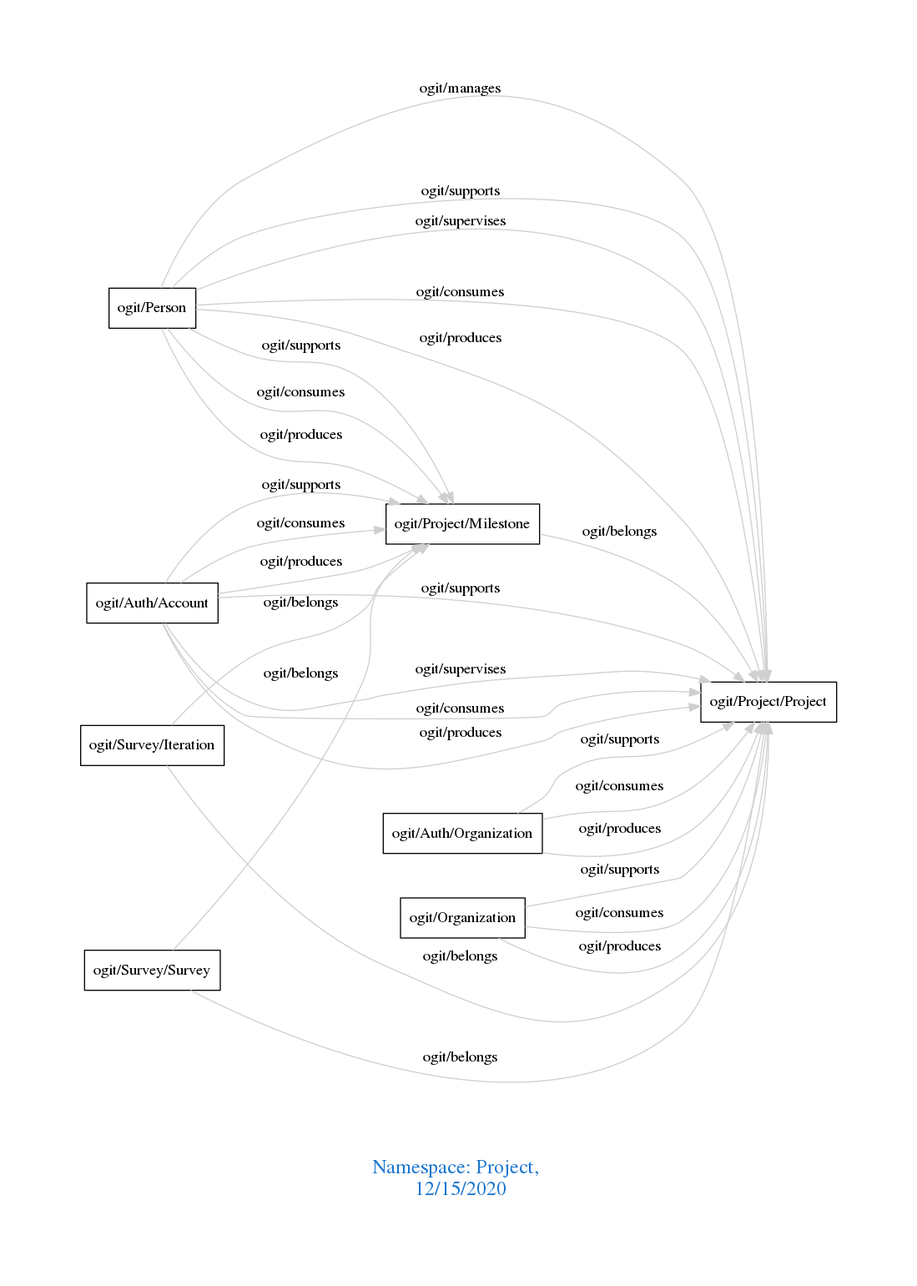
The Graphviz diagram downloads/Project.png in arago/OGIT, before a commit. Its source is kept beside it as downloads/Project.dot.
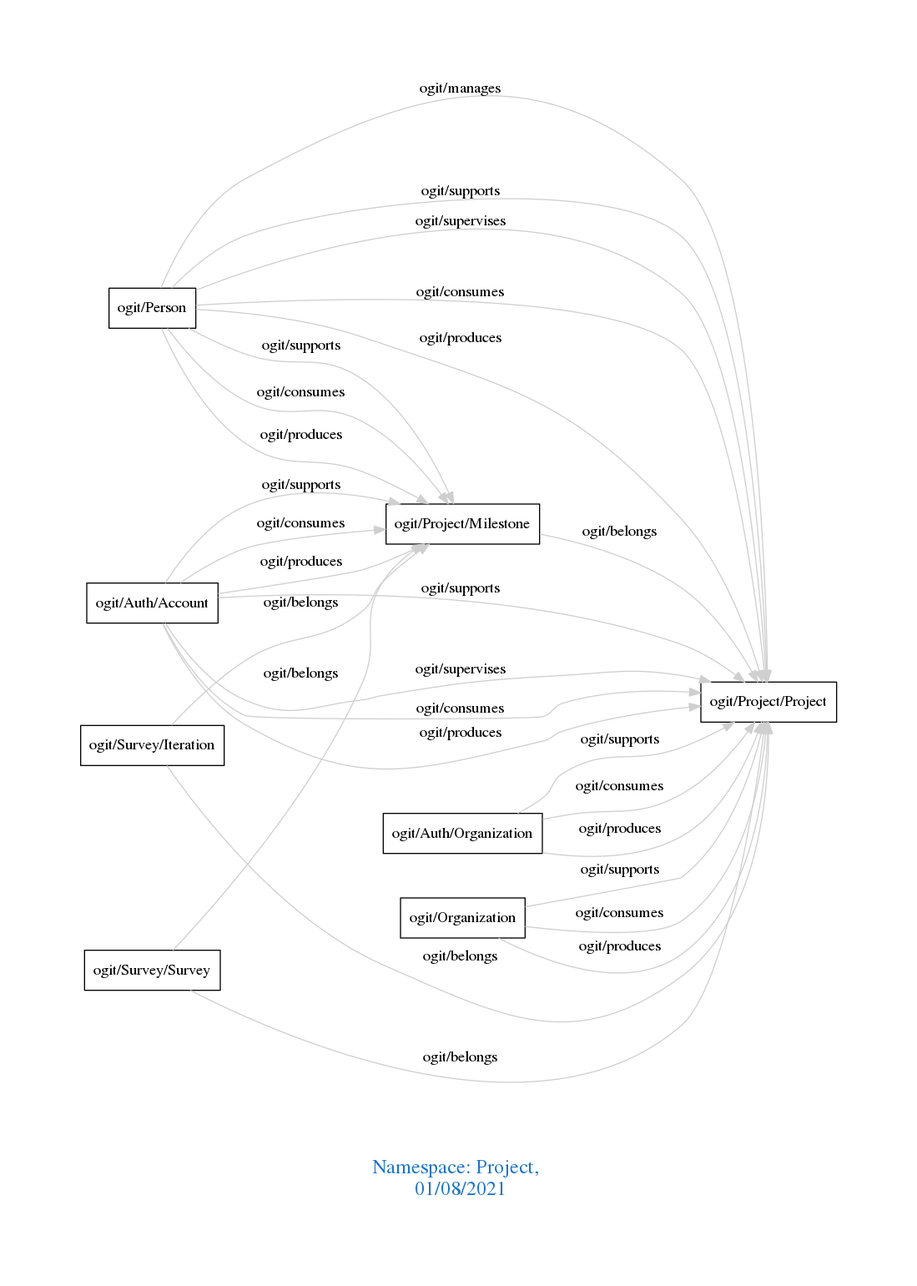
Later version of the same file.

Change to the diagram source:
```diff
@@ -1,7 +1,7 @@
 digraph OGIT_ontology {
  graph [ rankdir= LR,pad=1
 fontsize = 18,
-fontcolor= dodgerblue3,label = "\n\n\nNamespace: Project, \n 12/15/2020"];
+fontcolor= dodgerblue3,label = "\n\n\nNamespace: Project, \n 01/08/2021"];
 node[shape=polygon];
 edge [  color="gray81"];
 
```
